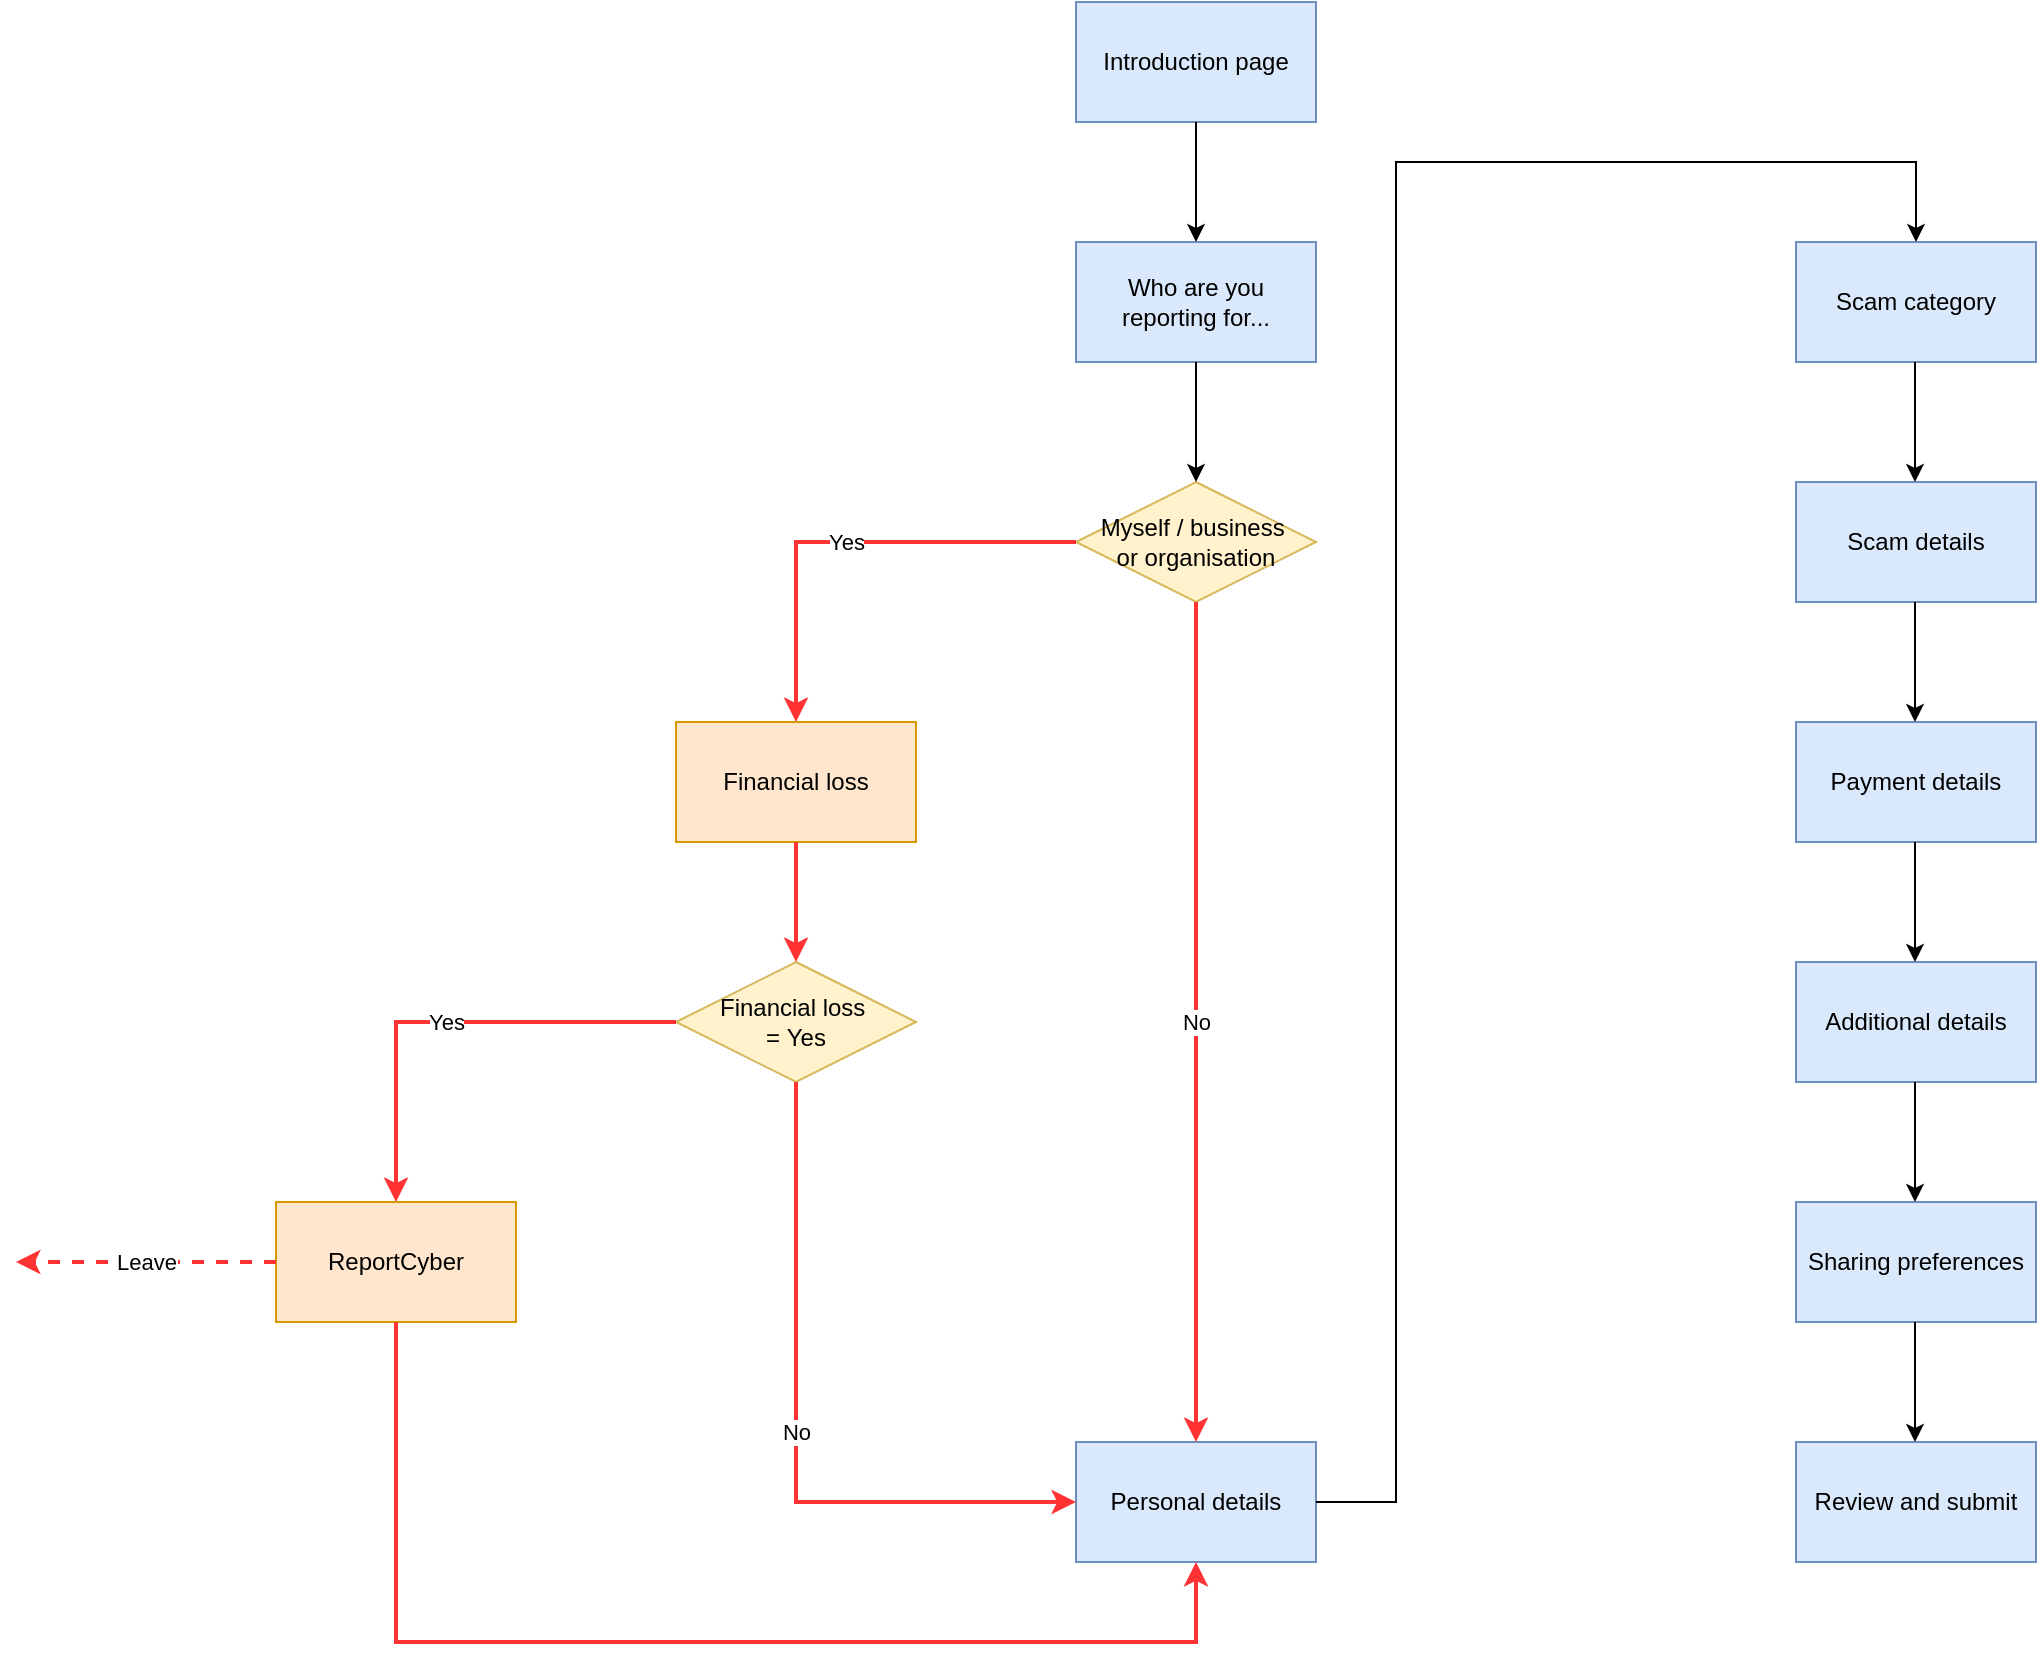
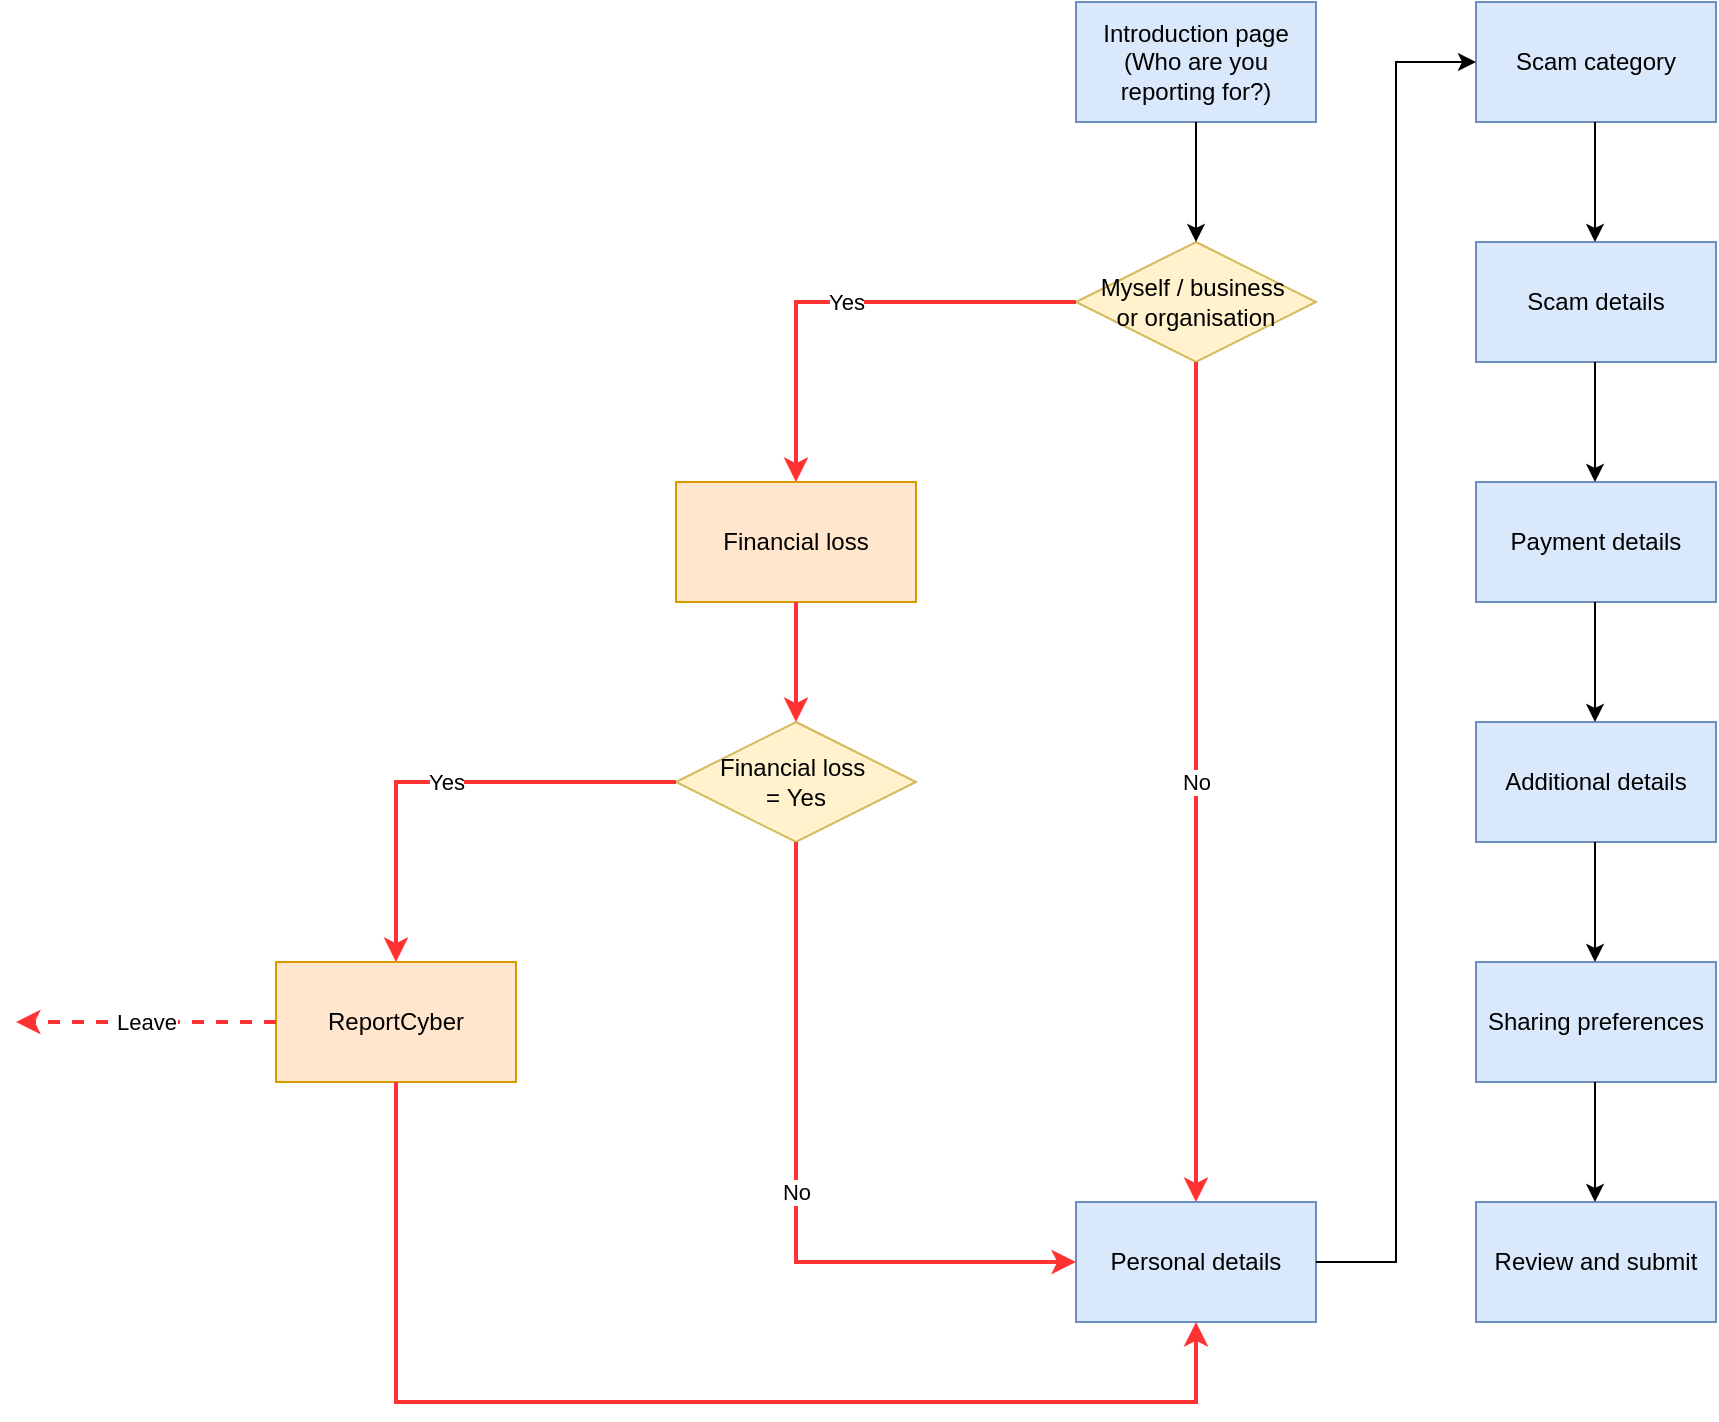
<mxfile host="app.diagrams.net">
  <diagram name="Page-1" id="5R2AMdUJlgugWLAjIMMc">
    <mxGraphModel dx="1747" dy="874" grid="1" gridSize="10" guides="1" tooltips="1" connect="1" arrows="1" fold="1" page="1" pageScale="1" pageWidth="1654" pageHeight="1169" math="0" shadow="0">
      <root>
        <mxCell id="0" />
        <mxCell id="1" parent="0" />
-         <mxCell id="2A-yJaVIM6fuK-rAq5Lo-1" parent="1" style="rounded=0;whiteSpace=wrap;html=1;fillColor=#dae8fc;strokeColor=#6c8ebf;" value="Introduction page" vertex="1">
-           <mxGeometry height="60" width="120" x="680" y="120" as="geometry" />
-         </mxCell>
-         <mxCell id="2A-yJaVIM6fuK-rAq5Lo-2" parent="1" style="rounded=0;whiteSpace=wrap;html=1;fillColor=#dae8fc;strokeColor=#6c8ebf;" value="Who are you reporting for..." vertex="1">
+         <mxCell id="2A-yJaVIM6fuK-rAq5Lo-1" parent="1" style="rounded=0;whiteSpace=wrap;html=1;fillColor=#dae8fc;strokeColor=#6c8ebf;" value="Introduction page&lt;div&gt;(Who are you reporting for?)&lt;/div&gt;" vertex="1">
          <mxGeometry height="60" width="120" x="680" y="240" as="geometry" />
        </mxCell>
        <mxCell id="2A-yJaVIM6fuK-rAq5Lo-3" parent="1" style="rhombus;whiteSpace=wrap;html=1;fillColor=#fff2cc;strokeColor=#d6b656;" value="Myself / business&amp;nbsp;&lt;div&gt;or organisation&lt;/div&gt;" vertex="1">
          <mxGeometry height="60" width="120" x="680" y="360" as="geometry" />
        </mxCell>
        <mxCell id="2A-yJaVIM6fuK-rAq5Lo-4" parent="1" style="rounded=0;whiteSpace=wrap;html=1;fillColor=#ffe6cc;strokeColor=#d79b00;" value="Financial loss" vertex="1">
          <mxGeometry height="60" width="120" x="480" y="480" as="geometry" />
        </mxCell>
        <mxCell id="2A-yJaVIM6fuK-rAq5Lo-5" edge="1" parent="1" source="2A-yJaVIM6fuK-rAq5Lo-3" style="endArrow=classic;html=1;rounded=0;exitX=0;exitY=0.5;exitDx=0;exitDy=0;entryX=0.5;entryY=0;entryDx=0;entryDy=0;strokeColor=#FF3333;strokeWidth=2;" target="2A-yJaVIM6fuK-rAq5Lo-4" value="Yes">
          <mxGeometry height="50" relative="1" width="50" as="geometry">
            <Array as="points">
              <mxPoint x="540" y="390" />
            </Array>
            <mxPoint x="770" y="480" as="sourcePoint" />
            <mxPoint x="820" y="430" as="targetPoint" />
          </mxGeometry>
        </mxCell>
        <mxCell id="2A-yJaVIM6fuK-rAq5Lo-6" parent="1" style="rhombus;whiteSpace=wrap;html=1;fillColor=#fff2cc;strokeColor=#d6b656;" value="Financial loss&amp;nbsp;&lt;div&gt;=&amp;nbsp;&lt;span style=&quot;background-color: transparent; color: light-dark(rgb(0, 0, 0), rgb(255, 255, 255));&quot;&gt;Yes&lt;/span&gt;&lt;/div&gt;" vertex="1">
          <mxGeometry height="60" width="120" x="480" y="600" as="geometry" />
        </mxCell>
        <mxCell id="2A-yJaVIM6fuK-rAq5Lo-7" parent="1" style="rounded=0;whiteSpace=wrap;html=1;fillColor=#ffe6cc;strokeColor=#d79b00;" value="ReportCyber" vertex="1">
          <mxGeometry height="60" width="120" x="280" y="720" as="geometry" />
        </mxCell>
        <mxCell id="2A-yJaVIM6fuK-rAq5Lo-8" edge="1" parent="1" style="endArrow=classic;html=1;rounded=0;exitX=0;exitY=0.5;exitDx=0;exitDy=0;entryX=0.5;entryY=0;entryDx=0;entryDy=0;strokeColor=#FF3333;strokeWidth=2;" value="Yes">
          <mxGeometry height="50" relative="1" width="50" as="geometry">
            <Array as="points">
              <mxPoint x="340" y="630" />
            </Array>
            <mxPoint x="480" y="630" as="sourcePoint" />
            <mxPoint x="340" y="720" as="targetPoint" />
          </mxGeometry>
        </mxCell>
        <mxCell id="2A-yJaVIM6fuK-rAq5Lo-9" parent="1" style="rounded=0;whiteSpace=wrap;html=1;fillColor=#dae8fc;strokeColor=#6c8ebf;" value="Personal details" vertex="1">
          <mxGeometry height="60" width="120" x="680" y="840" as="geometry" />
        </mxCell>
        <mxCell id="2A-yJaVIM6fuK-rAq5Lo-10" edge="1" parent="1" source="2A-yJaVIM6fuK-rAq5Lo-3" style="endArrow=classic;html=1;rounded=0;exitX=0.5;exitY=1;exitDx=0;exitDy=0;entryX=0.5;entryY=0;entryDx=0;entryDy=0;strokeColor=#FF3333;strokeWidth=2;" target="2A-yJaVIM6fuK-rAq5Lo-9" value="No">
          <mxGeometry height="50" relative="1" width="50" as="geometry">
            <mxPoint x="770" y="690" as="sourcePoint" />
            <mxPoint x="820" y="640" as="targetPoint" />
          </mxGeometry>
        </mxCell>
        <mxCell id="2A-yJaVIM6fuK-rAq5Lo-11" edge="1" parent="1" source="2A-yJaVIM6fuK-rAq5Lo-4" style="endArrow=classic;html=1;rounded=0;exitX=0.5;exitY=1;exitDx=0;exitDy=0;strokeColor=#FF3333;strokeWidth=2;" target="2A-yJaVIM6fuK-rAq5Lo-6" value="">
          <mxGeometry height="50" relative="1" width="50" as="geometry">
            <mxPoint x="770" y="690" as="sourcePoint" />
            <mxPoint x="820" y="640" as="targetPoint" />
          </mxGeometry>
        </mxCell>
        <mxCell id="2A-yJaVIM6fuK-rAq5Lo-12" edge="1" parent="1" source="2A-yJaVIM6fuK-rAq5Lo-6" style="endArrow=classic;html=1;rounded=0;exitX=0.5;exitY=1;exitDx=0;exitDy=0;entryX=0;entryY=0.5;entryDx=0;entryDy=0;strokeColor=#FF3333;strokeWidth=2;" target="2A-yJaVIM6fuK-rAq5Lo-9" value="No">
          <mxGeometry height="50" relative="1" width="50" as="geometry">
            <Array as="points">
              <mxPoint x="540" y="870" />
            </Array>
            <mxPoint x="770" y="690" as="sourcePoint" />
            <mxPoint x="820" y="640" as="targetPoint" />
          </mxGeometry>
        </mxCell>
-         <mxCell id="2A-yJaVIM6fuK-rAq5Lo-13" edge="1" parent="1" source="2A-yJaVIM6fuK-rAq5Lo-2" style="endArrow=classic;html=1;rounded=0;exitX=0.5;exitY=1;exitDx=0;exitDy=0;entryX=0.5;entryY=0;entryDx=0;entryDy=0;" target="2A-yJaVIM6fuK-rAq5Lo-3" value="">
-           <mxGeometry height="50" relative="1" width="50" as="geometry">
-             <mxPoint x="770" y="490" as="sourcePoint" />
-             <mxPoint x="820" y="440" as="targetPoint" />
-           </mxGeometry>
-         </mxCell>
-         <mxCell id="2A-yJaVIM6fuK-rAq5Lo-14" edge="1" parent="1" source="2A-yJaVIM6fuK-rAq5Lo-1" style="endArrow=classic;html=1;rounded=0;exitX=0.5;exitY=1;exitDx=0;exitDy=0;entryX=0.5;entryY=0;entryDx=0;entryDy=0;" target="2A-yJaVIM6fuK-rAq5Lo-2" value="">
+         <mxCell id="2A-yJaVIM6fuK-rAq5Lo-14" edge="1" parent="1" source="2A-yJaVIM6fuK-rAq5Lo-1" style="endArrow=classic;html=1;rounded=0;exitX=0.5;exitY=1;exitDx=0;exitDy=0;entryX=0.5;entryY=0;entryDx=0;entryDy=0;" target="2A-yJaVIM6fuK-rAq5Lo-3" value="">
          <mxGeometry height="50" relative="1" width="50" as="geometry">
            <mxPoint x="1140" y="320" as="sourcePoint" />
            <mxPoint x="1140" y="380" as="targetPoint" />
          </mxGeometry>
        </mxCell>
        <mxCell id="2A-yJaVIM6fuK-rAq5Lo-15" parent="1" style="rounded=0;whiteSpace=wrap;html=1;fillColor=#dae8fc;strokeColor=#6c8ebf;" value="Scam category" vertex="1">
-           <mxGeometry height="60" width="120" x="1040" y="240" as="geometry" />
+           <mxGeometry height="60" width="120" x="880" y="240" as="geometry" />
        </mxCell>
        <mxCell id="2A-yJaVIM6fuK-rAq5Lo-16" parent="1" style="rounded=0;whiteSpace=wrap;html=1;fillColor=#dae8fc;strokeColor=#6c8ebf;" value="Scam details" vertex="1">
-           <mxGeometry height="60" width="120" x="1040" y="360" as="geometry" />
+           <mxGeometry height="60" width="120" x="880" y="360" as="geometry" />
        </mxCell>
        <mxCell id="2A-yJaVIM6fuK-rAq5Lo-17" parent="1" style="rounded=0;whiteSpace=wrap;html=1;fillColor=#dae8fc;strokeColor=#6c8ebf;" value="Payment details" vertex="1">
-           <mxGeometry height="60" width="120" x="1040" y="480" as="geometry" />
+           <mxGeometry height="60" width="120" x="880" y="480" as="geometry" />
        </mxCell>
        <mxCell id="2A-yJaVIM6fuK-rAq5Lo-18" parent="1" style="rounded=0;whiteSpace=wrap;html=1;fillColor=#dae8fc;strokeColor=#6c8ebf;" value="Additional details" vertex="1">
-           <mxGeometry height="60" width="120" x="1040" y="600" as="geometry" />
+           <mxGeometry height="60" width="120" x="880" y="600" as="geometry" />
        </mxCell>
        <mxCell id="2A-yJaVIM6fuK-rAq5Lo-19" parent="1" style="rounded=0;whiteSpace=wrap;html=1;fillColor=#dae8fc;strokeColor=#6c8ebf;" value="Sharing preferences" vertex="1">
-           <mxGeometry height="60" width="120" x="1040" y="720" as="geometry" />
+           <mxGeometry height="60" width="120" x="880" y="720" as="geometry" />
        </mxCell>
        <mxCell id="2A-yJaVIM6fuK-rAq5Lo-20" parent="1" style="rounded=0;whiteSpace=wrap;html=1;fillColor=#dae8fc;strokeColor=#6c8ebf;" value="Review and submit" vertex="1">
-           <mxGeometry height="60" width="120" x="1040" y="840" as="geometry" />
+           <mxGeometry height="60" width="120" x="880" y="840" as="geometry" />
        </mxCell>
-         <mxCell id="2A-yJaVIM6fuK-rAq5Lo-21" edge="1" parent="1" source="2A-yJaVIM6fuK-rAq5Lo-9" style="endArrow=classic;html=1;rounded=0;exitX=1;exitY=0.5;exitDx=0;exitDy=0;entryX=0.5;entryY=0;entryDx=0;entryDy=0;" target="2A-yJaVIM6fuK-rAq5Lo-15" value="">
+         <mxCell id="2A-yJaVIM6fuK-rAq5Lo-21" edge="1" parent="1" source="2A-yJaVIM6fuK-rAq5Lo-9" style="endArrow=classic;html=1;rounded=0;exitX=1;exitY=0.5;exitDx=0;exitDy=0;entryX=0;entryY=0.5;entryDx=0;entryDy=0;" target="2A-yJaVIM6fuK-rAq5Lo-15" value="">
          <mxGeometry height="50" relative="1" width="50" as="geometry">
            <Array as="points">
              <mxPoint x="820" y="870" />
              <mxPoint x="840" y="870" />
-               <mxPoint x="840" y="200" />
-               <mxPoint x="1100" y="200" />
+               <mxPoint x="840" y="270" />
            </Array>
            <mxPoint x="739.5" y="900" as="sourcePoint" />
-             <mxPoint x="1090" y="170" as="targetPoint" />
+             <mxPoint x="830" y="150" as="targetPoint" />
          </mxGeometry>
        </mxCell>
        <mxCell id="2A-yJaVIM6fuK-rAq5Lo-22" edge="1" parent="1" style="endArrow=classic;html=1;rounded=0;exitX=0.5;exitY=1;exitDx=0;exitDy=0;entryX=0.5;entryY=0;entryDx=0;entryDy=0;" value="">
          <mxGeometry height="50" relative="1" width="50" as="geometry">
-             <mxPoint x="1099.5" y="300" as="sourcePoint" />
-             <mxPoint x="1099.5" y="360" as="targetPoint" />
+             <mxPoint x="939.5" y="300" as="sourcePoint" />
+             <mxPoint x="939.5" y="360" as="targetPoint" />
          </mxGeometry>
        </mxCell>
        <mxCell id="2A-yJaVIM6fuK-rAq5Lo-23" edge="1" parent="1" style="endArrow=classic;html=1;rounded=0;exitX=0.5;exitY=1;exitDx=0;exitDy=0;entryX=0.5;entryY=0;entryDx=0;entryDy=0;" value="">
          <mxGeometry height="50" relative="1" width="50" as="geometry">
-             <mxPoint x="1099.5" y="420" as="sourcePoint" />
-             <mxPoint x="1099.5" y="480" as="targetPoint" />
+             <mxPoint x="939.5" y="420" as="sourcePoint" />
+             <mxPoint x="939.5" y="480" as="targetPoint" />
          </mxGeometry>
        </mxCell>
        <mxCell id="2A-yJaVIM6fuK-rAq5Lo-24" edge="1" parent="1" style="endArrow=classic;html=1;rounded=0;exitX=0.5;exitY=1;exitDx=0;exitDy=0;entryX=0.5;entryY=0;entryDx=0;entryDy=0;" value="">
          <mxGeometry height="50" relative="1" width="50" as="geometry">
-             <mxPoint x="1099.5" y="540" as="sourcePoint" />
-             <mxPoint x="1099.5" y="600" as="targetPoint" />
+             <mxPoint x="939.5" y="540" as="sourcePoint" />
+             <mxPoint x="939.5" y="600" as="targetPoint" />
          </mxGeometry>
        </mxCell>
        <mxCell id="2A-yJaVIM6fuK-rAq5Lo-25" edge="1" parent="1" style="endArrow=classic;html=1;rounded=0;exitX=0.5;exitY=1;exitDx=0;exitDy=0;entryX=0.5;entryY=0;entryDx=0;entryDy=0;" value="">
          <mxGeometry height="50" relative="1" width="50" as="geometry">
-             <mxPoint x="1099.5" y="660" as="sourcePoint" />
-             <mxPoint x="1099.5" y="720" as="targetPoint" />
+             <mxPoint x="939.5" y="660" as="sourcePoint" />
+             <mxPoint x="939.5" y="720" as="targetPoint" />
          </mxGeometry>
        </mxCell>
        <mxCell id="2A-yJaVIM6fuK-rAq5Lo-26" edge="1" parent="1" style="endArrow=classic;html=1;rounded=0;exitX=0.5;exitY=1;exitDx=0;exitDy=0;entryX=0.5;entryY=0;entryDx=0;entryDy=0;" value="">
          <mxGeometry height="50" relative="1" width="50" as="geometry">
-             <mxPoint x="1099.5" y="780" as="sourcePoint" />
-             <mxPoint x="1099.5" y="840" as="targetPoint" />
+             <mxPoint x="939.5" y="780" as="sourcePoint" />
+             <mxPoint x="939.5" y="840" as="targetPoint" />
          </mxGeometry>
        </mxCell>
        <mxCell id="2A-yJaVIM6fuK-rAq5Lo-27" edge="1" parent="1" source="2A-yJaVIM6fuK-rAq5Lo-7" style="endArrow=classic;html=1;rounded=0;exitX=0.5;exitY=1;exitDx=0;exitDy=0;entryX=0.5;entryY=1;entryDx=0;entryDy=0;strokeColor=#FF3333;strokeWidth=2;" target="2A-yJaVIM6fuK-rAq5Lo-9" value="">
          <mxGeometry height="50" relative="1" width="50" as="geometry">
            <Array as="points">
              <mxPoint x="340" y="940" />
              <mxPoint x="740" y="940" />
            </Array>
            <mxPoint x="550" y="880" as="sourcePoint" />
            <mxPoint x="720" y="990" as="targetPoint" />
          </mxGeometry>
        </mxCell>
        <mxCell id="2A-yJaVIM6fuK-rAq5Lo-28" edge="1" parent="1" source="2A-yJaVIM6fuK-rAq5Lo-7" style="endArrow=classic;html=1;rounded=0;exitX=0;exitY=0.5;exitDx=0;exitDy=0;dashed=1;strokeColor=#FF3333;strokeWidth=2;" value="Leave">
          <mxGeometry height="50" relative="1" width="50" as="geometry">
            <mxPoint x="490" y="770" as="sourcePoint" />
            <mxPoint x="150" y="750" as="targetPoint" />
          </mxGeometry>
        </mxCell>
      </root>
    </mxGraphModel>
  </diagram>
</mxfile>
